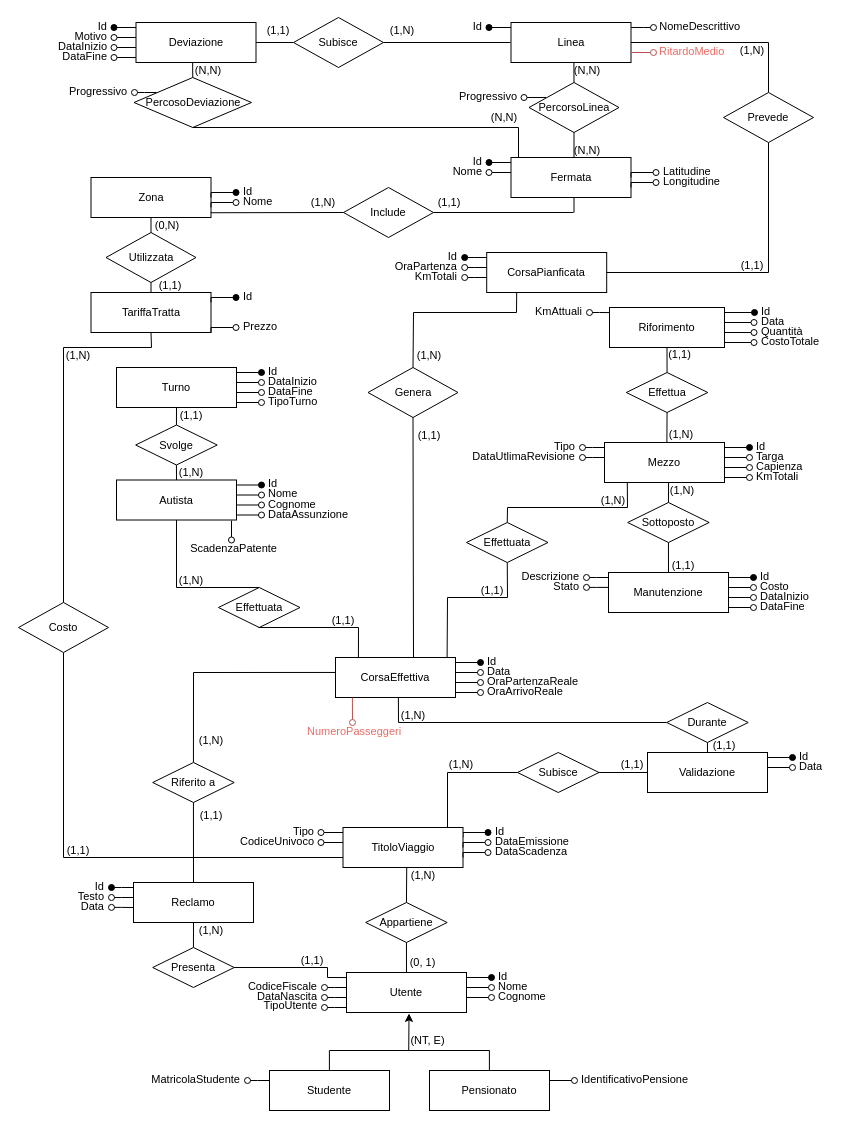
Earlier version of the draw.io diagram 2102 basi-di-dati/progetto/Schemi.drawio (AndreaGirlando/Uni). Source tidied: cells renumbered, new cells numbered last; positions are measured from the earlier drawing's top-left corner, leaving out a move shared by most shapes. Both pictures are drawn from the tidied source at 100%, with x=0, y=0 at pixel (17, 17).
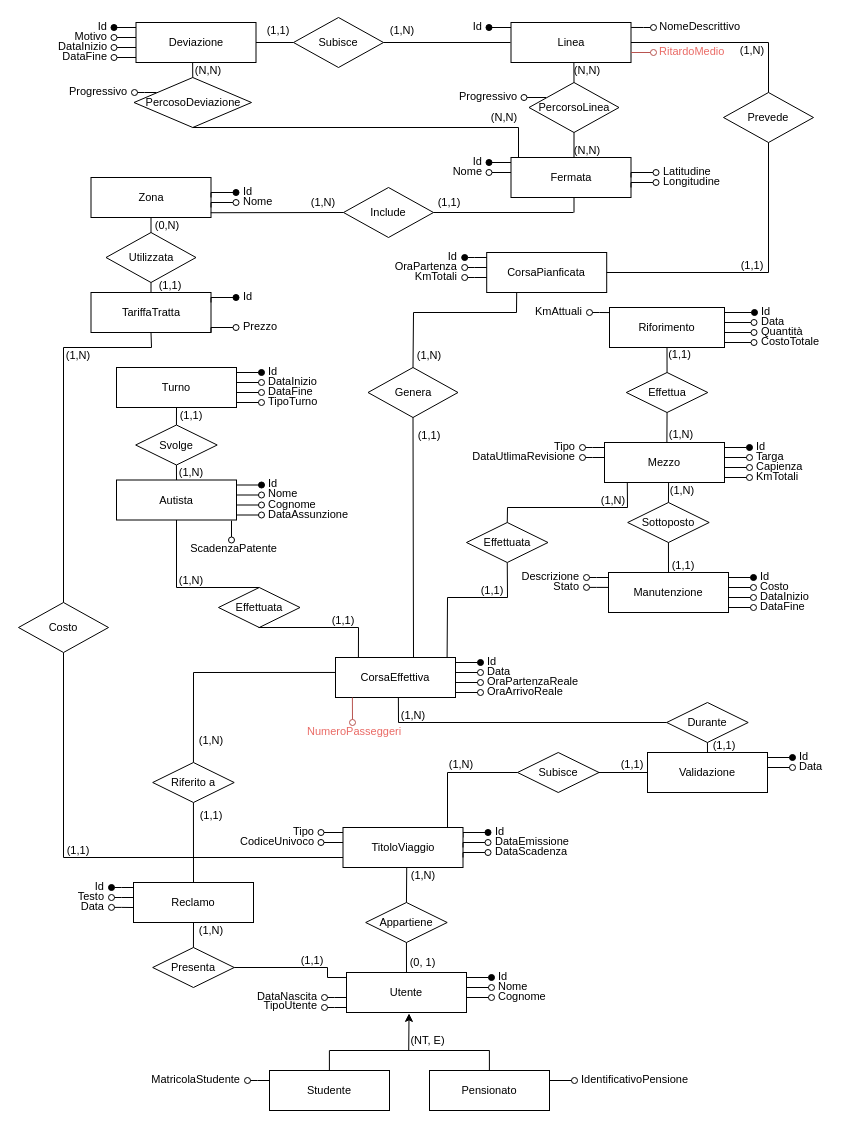
Above is the later version.

The change refers to these unchanged cells:
```xml
<mxCell id="94" style="group;fontSize=11;" parent="1" vertex="1">
  <mxGeometry x="257" y="935" width="277" height="60" as="geometry" />
</mxCell>
```

Change to the diagram source:
```diff
@@
-    <mxCell id="2" value="&lt;font&gt;CodiceFiscale&lt;/font&gt;" style="text;html=1;align=right;verticalAlign=middle;whiteSpace=wrap;rounded=0;spacingLeft=5;spacingBottom=3;fontSize=11;" parent="1" vertex="1">
-      <mxGeometry x="242" y="965" width="60" height="10" as="geometry" />
-    </mxCell>
@@
-    <mxCell id="102" style="edgeStyle=orthogonalEdgeStyle;rounded=0;orthogonalLoop=1;jettySize=auto;html=1;startArrow=oval;startFill=0;endArrow=none;endFill=0;align=left;fontSize=11;" parent="94" edge="1">
-      <mxGeometry relative="1" as="geometry">
-        <mxPoint x="50" y="35" as="sourcePoint" />
-        <mxPoint x="72" y="35" as="targetPoint" />
-        <Array as="points">
-          <mxPoint x="60" y="35" />
-          <mxPoint x="60" y="35" />
-        </Array>
-      </mxGeometry>
-    </mxCell>
```
